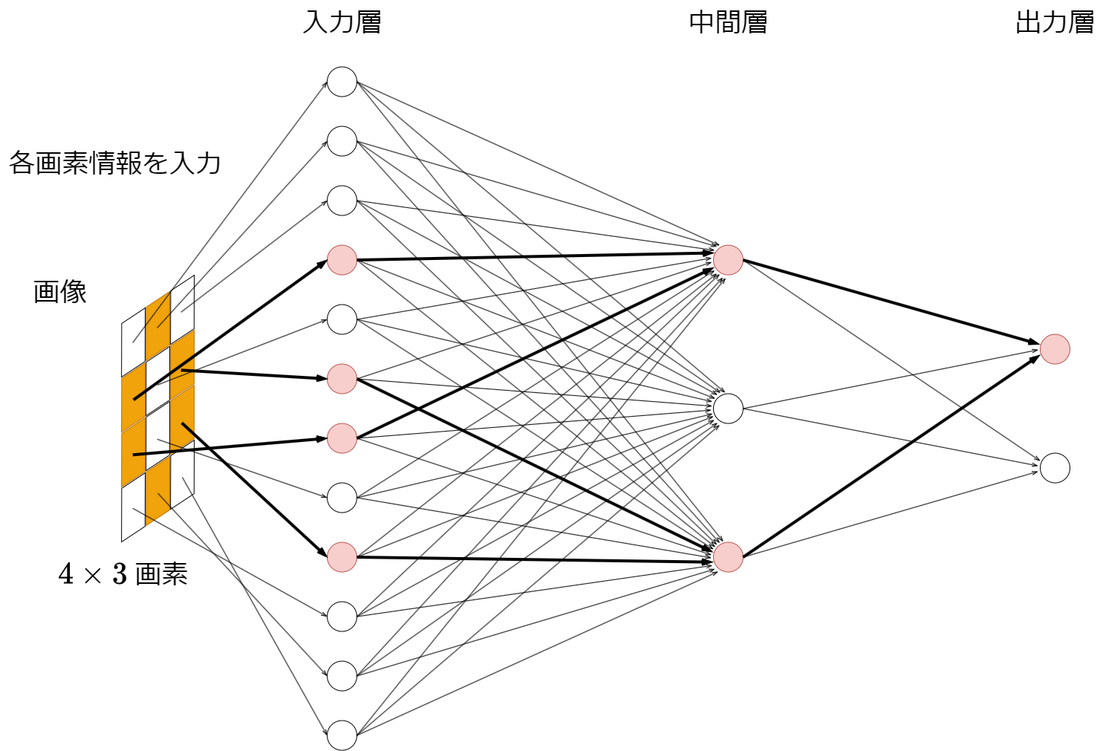
This is 第1回/img/「0」を入力した場合のニューラルネットワークの反応の例.png from shhchan/-----------, a draw.io export, as it was before one commit. Source tidied: cells renumbered, new cells last; positions are measured from the earlier drawing's top-left corner, leaving out a move shared by most shapes.
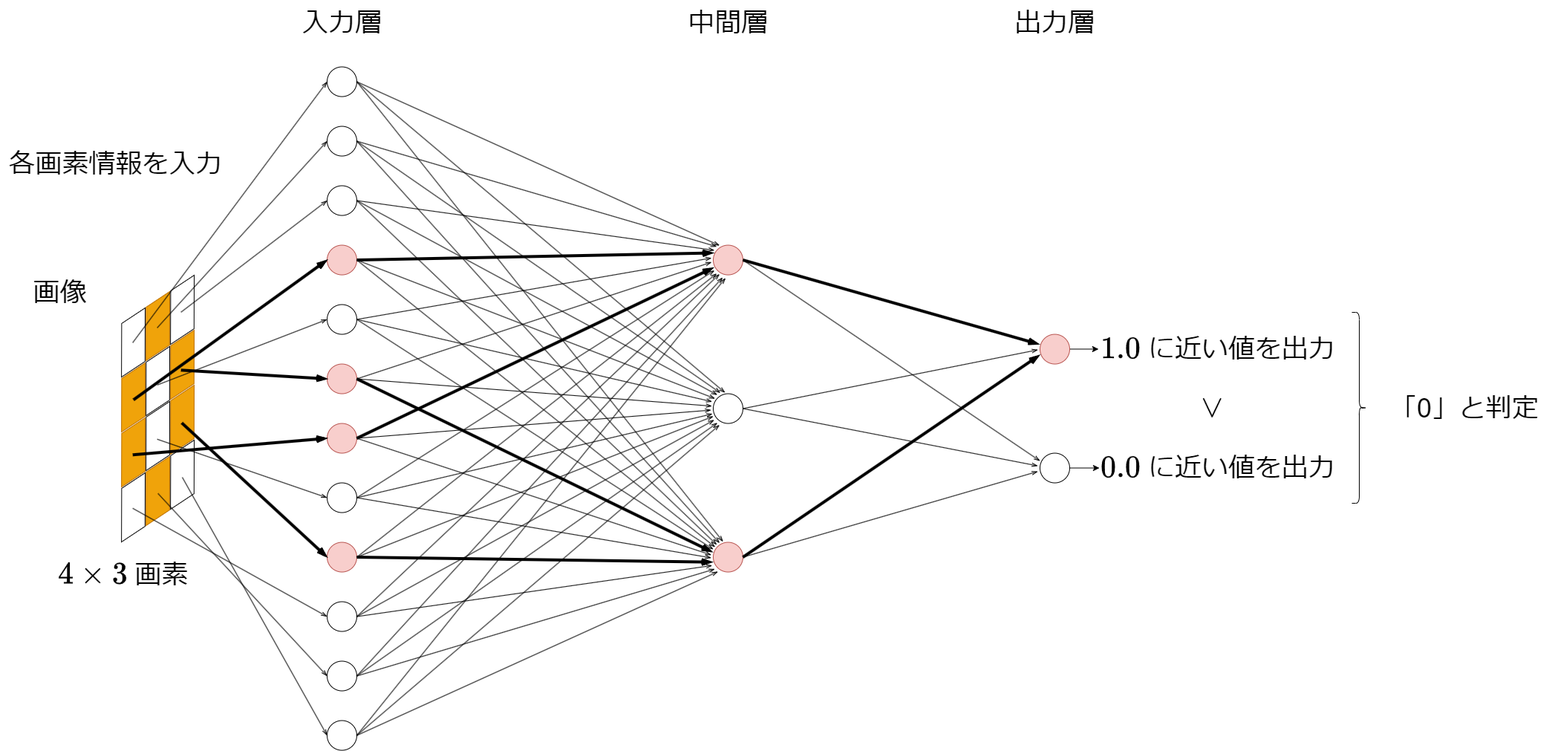
The same diagram one commit later.

Change to the diagram source:
```diff
@@ -86,9 +86,15 @@
     <mxCell id="29" style="ellipse;whiteSpace=wrap;html=1;fillColor=#f8cecc;strokeColor=#b85450;" parent="1" vertex="1">
       <mxGeometry x="960" y="729.5" width="40" height="40" as="geometry" />
     </mxCell>
+    <mxCell id="92" style="edgeStyle=orthogonalEdgeStyle;rounded=0;jettySize=auto;html=1;entryX=-0.003;entryY=0.516;entryDx=0;entryDy=0;entryPerimeter=0;" parent="1" edge="1" source="30" target="94">
+      <mxGeometry relative="1" as="geometry" />
+    </mxCell>
     <mxCell id="30" style="ellipse;whiteSpace=wrap;html=1;strokeColor=#b85450;fillColor=#f8cecc;" parent="1" vertex="1">
       <mxGeometry x="1400" y="449.5" width="40" height="40" as="geometry" />
     </mxCell>
+    <mxCell id="93" style="edgeStyle=orthogonalEdgeStyle;rounded=0;jettySize=auto;html=1;entryX=0;entryY=0.517;entryDx=0;entryDy=0;entryPerimeter=0;" parent="1" edge="1" source="31" target="95">
+      <mxGeometry relative="1" as="geometry" />
+    </mxCell>
     <mxCell id="31" style="ellipse;whiteSpace=wrap;html=1;" parent="1" vertex="1">
       <mxGeometry x="1400" y="609.5" width="40" height="40" as="geometry" />
     </mxCell>
@@ -296,5 +302,20 @@
         <mxPoint x="212.2" y="663.8" as="sourcePoint" />
       </mxGeometry>
     </mxCell>
+    <mxCell id="94" value="\(1.0\) に近い値を出力" style="text;html=1;align=left;verticalAlign=middle;points=[];strokeColor=none;fillColor=none;fontSize=36;" parent="1" vertex="1">
+      <mxGeometry x="1480" y="438.5" width="380" height="60" as="geometry" />
+    </mxCell>
+    <mxCell id="95" value="\(0.0\) に近い値を出力" style="text;html=1;align=left;verticalAlign=middle;points=[];strokeColor=none;fillColor=none;fontSize=36;" parent="1" vertex="1">
+      <mxGeometry x="1480" y="598.5" width="380" height="60" as="geometry" />
+    </mxCell>
+    <mxCell id="96" value="\(&amp;gt;\)" style="text;html=1;align=center;verticalAlign=middle;strokeColor=none;fillColor=none;fontSize=36;rotation=90;" parent="1" vertex="1">
+      <mxGeometry x="1590" y="518.5" width="90" height="60" as="geometry" />
+    </mxCell>
+    <mxCell id="97" style="shape=curlyBracket;whiteSpace=wrap;html=1;rounded=1;flipH=1;labelPosition=right;verticalLabelPosition=middle;align=left;verticalAlign=middle;" parent="1" vertex="1">
+      <mxGeometry x="1820" y="420" width="20" height="257" as="geometry" />
+    </mxCell>
+    <mxCell id="98" value="「0」と判定" style="text;html=1;align=left;verticalAlign=middle;strokeColor=none;fillColor=none;fontSize=36;" parent="1" vertex="1">
+      <mxGeometry x="1870" y="518.5" width="220" height="60" as="geometry" />
+    </mxCell>
   </root>
 </mxGraphModel>
```
